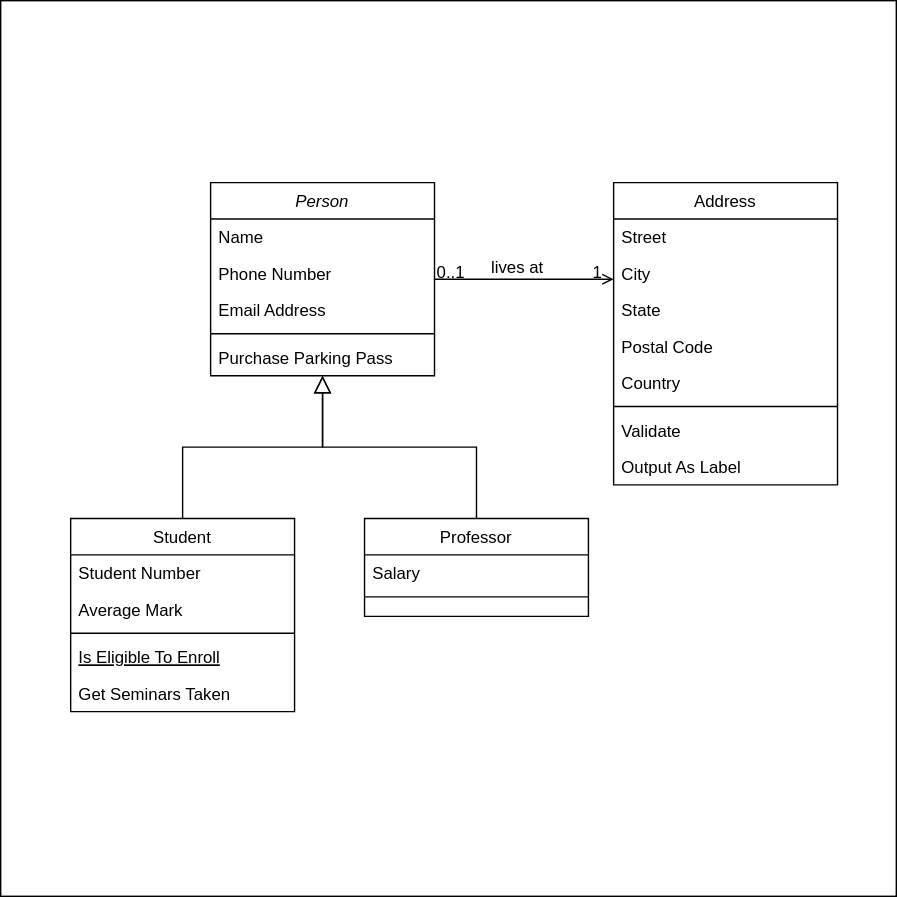
min-swep-r/kodes keeps this draw.io diagram as Diagrama.drawio.svg. Above is the earlier version. Source tidied: cells renumbered, new cells last; positions are measured from the earlier drawing's top-left corner, leaving out a move shared by most shapes.
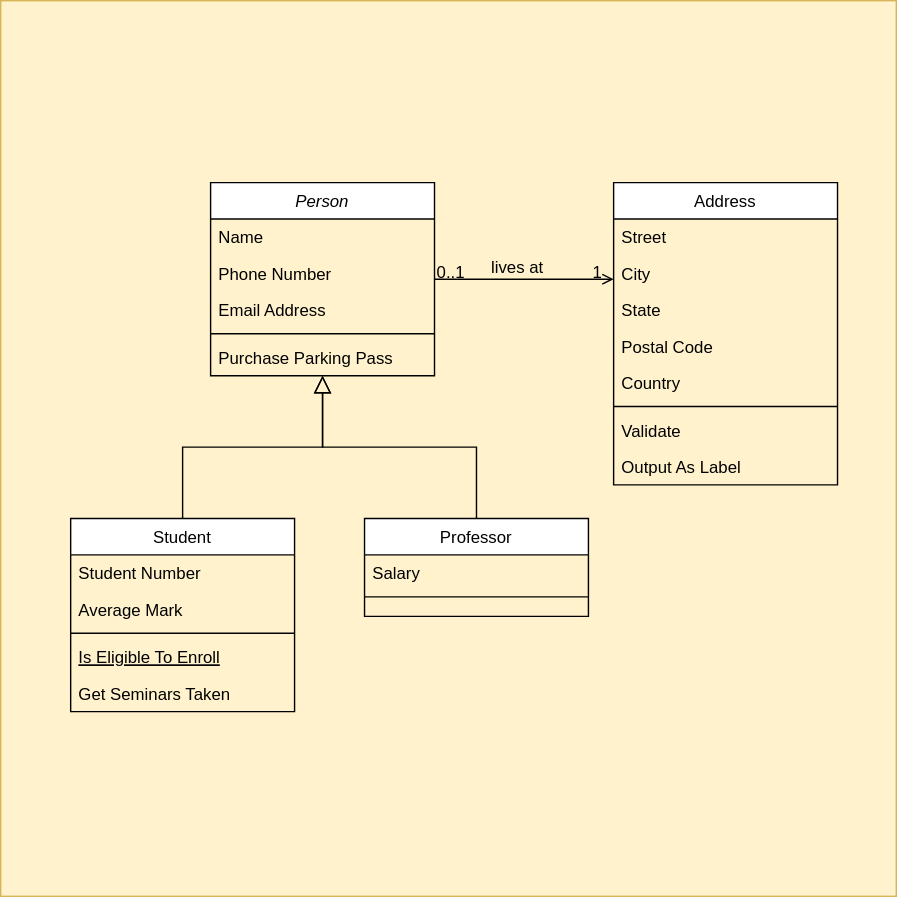
Later version of the same file.

Diff of the diagram source:
```diff
@@ -2,7 +2,7 @@
   <root>
     <mxCell id="0" />
     <mxCell id="1" parent="0" />
-    <mxCell id="2" style="whiteSpace=wrap;html=1;" parent="1" vertex="1">
+    <mxCell id="2" style="whiteSpace=wrap;html=1;fillColor=#fff2cc;strokeColor=#d6b656;" parent="1" vertex="1">
       <mxGeometry width="640" height="640" as="geometry" />
     </mxCell>
     <mxCell id="3" value="Person" style="swimlane;fontStyle=2;align=center;verticalAlign=top;horizontal=1;startSize=26;rounded=0;shadow=0;strokeWidth=1;" parent="1" vertex="1">
```
